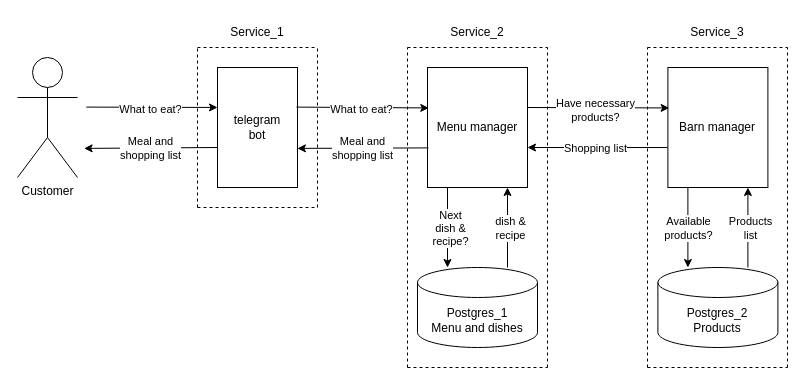
This is api/Global architecture.drawio from OblakoVShanah/menu_manager, a draw.io file, before an edit. Source tidied: cells renumbered, new cells numbered last; positions are measured from the earlier drawing's top-left corner, leaving out a move shared by most shapes. Both pictures are drawn from the tidied source at 100%, with x=0, y=0 at pixel (17, 17).
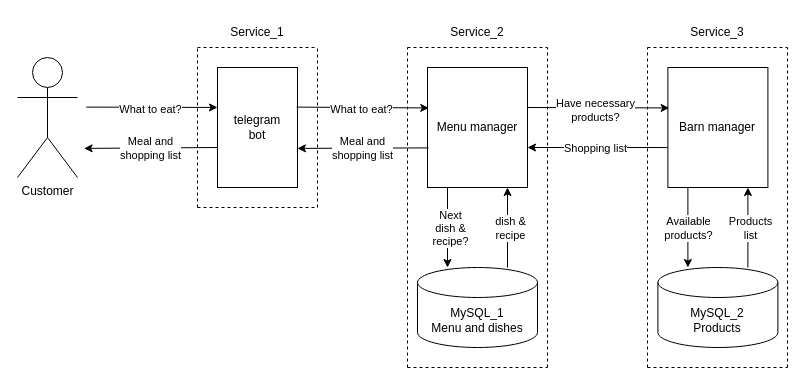
The same diagram, later.

What changed in the source:
```diff
@@
-    <mxCell id="25" value="Postgres_1&lt;br&gt;Menu and dishes" style="shape=cylinder3;whiteSpace=wrap;html=1;boundedLbl=1;backgroundOutline=1;size=15;" parent="1" vertex="1">
+    <mxCell id="25" value="MySQL_1&lt;br&gt;Menu and dishes" style="shape=cylinder3;whiteSpace=wrap;html=1;boundedLbl=1;backgroundOutline=1;size=15;" parent="1" vertex="1">
       <mxGeometry x="400" y="250" width="120" height="80" as="geometry" />
     </mxCell>
-    <mxCell id="26" value="Postgres_2&lt;br&gt;Products" style="shape=cylinder3;whiteSpace=wrap;html=1;boundedLbl=1;backgroundOutline=1;size=15;" parent="1" vertex="1">
+    <mxCell id="26" value="MySQL_2&lt;br&gt;Products" style="shape=cylinder3;whiteSpace=wrap;html=1;boundedLbl=1;backgroundOutline=1;size=15;" parent="1" vertex="1">
       <mxGeometry x="640.4" y="250" width="120" height="80" as="geometry" />
     </mxCell>
```
